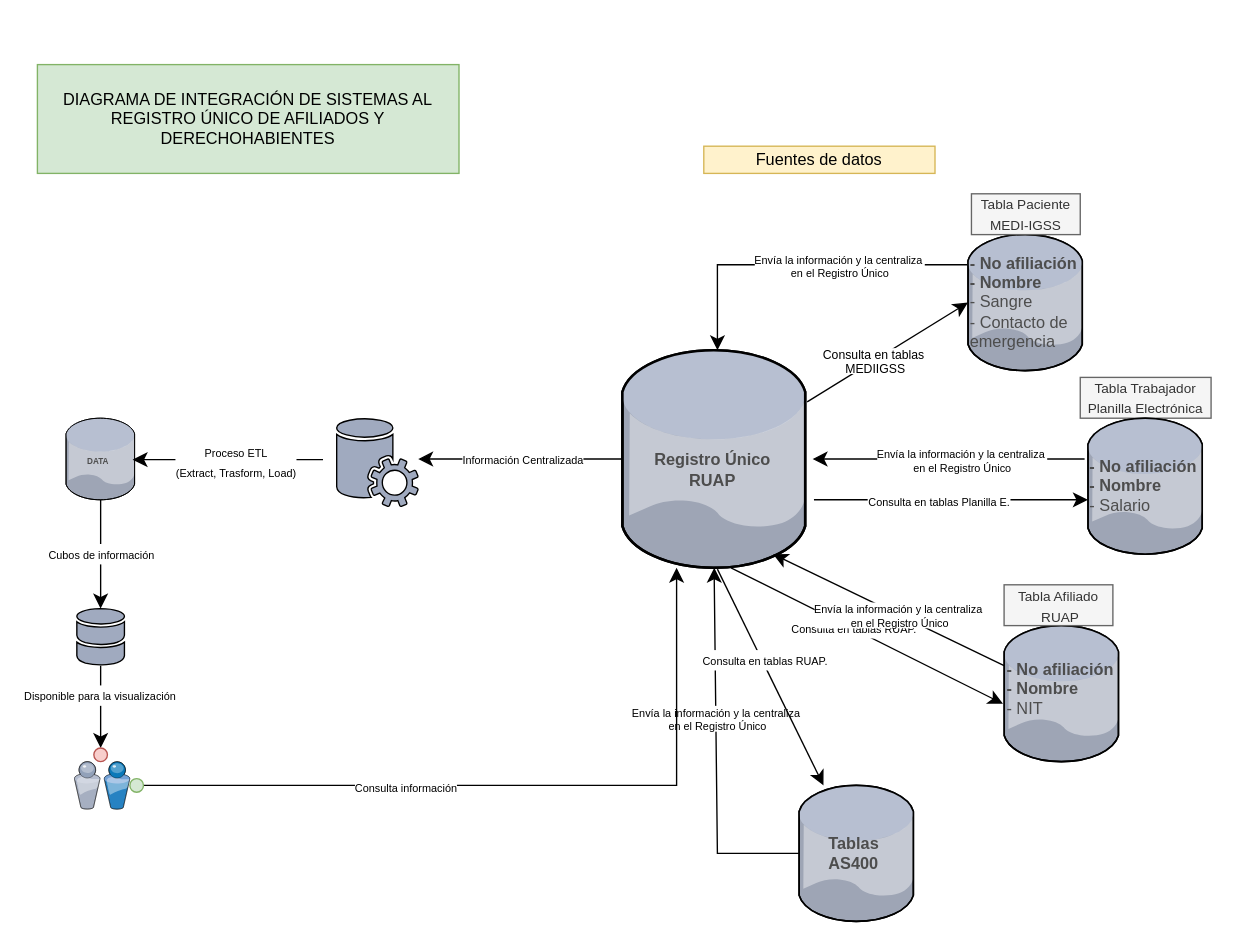
This is diagrma integracion.drawio from allanasturias94-design/POO, a draw.io file, before an edit. Source tidied: cells renumbered, new cells numbered last; positions are measured from the earlier drawing's top-left corner, leaving out a move shared by most shapes. Both pictures are drawn from the tidied source at 136%, with x=0, y=0 at pixel (37, 64).
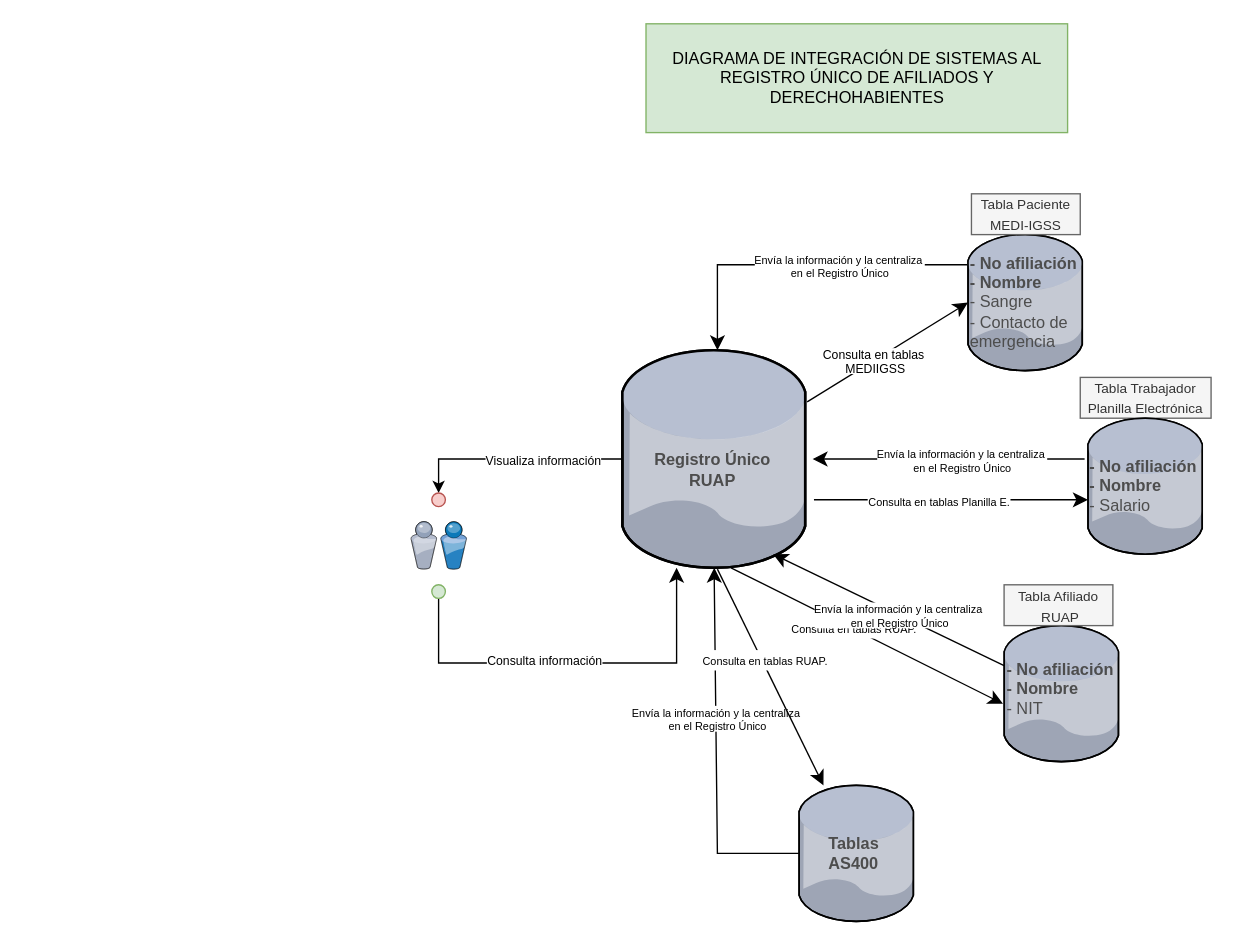
The same diagram, later.

The change refers to these unchanged cells:
```xml
<mxCell id="18" style="verticalLabelPosition=bottom;sketch=0;html=1;verticalAlign=top;strokeColor=none;align=center;outlineConnect=0;shape=mxgraph.citrix.database;" parent="1" vertex="1">
  <mxGeometry x="430" y="210" width="136" height="160" as="geometry" />
</mxCell>
```

What changed in the source:
```diff
@@
-    <mxCell id="3" style="verticalLabelPosition=bottom;sketch=0;html=1;verticalAlign=top;strokeColor=none;align=center;shape=mxgraph.citrix.database;" parent="1" vertex="1">
-      <mxGeometry x="21" y="260" width="51" height="60" as="geometry" />
-    </mxCell>
-    <mxCell id="4" value="&lt;div&gt;&lt;br&gt;&lt;/div&gt;" style="sketch=0;shadow=0;dashed=0;html=1;strokeColor=default;fillColor=#A0AABF;labelPosition=center;verticalLabelPosition=bottom;verticalAlign=top;align=center;shape=mxgraph.office.services.central_management_service;" parent="1" vertex="1">
-      <mxGeometry x="220" y="260" width="60" height="65" as="geometry" />
-    </mxCell>
@@
     <mxCell id="7" value="DIAGRAMA DE INTEGRACIÓN DE SISTEMAS AL REGISTRO ÚNICO DE AFILIADOS Y DERECHOHABIENTES" style="whiteSpace=wrap;html=1;fillColor=#d5e8d4;strokeColor=#82b366;" parent="1" vertex="1">
-      <mxGeometry width="310" height="80" as="geometry" />
+      <mxGeometry x="447.5" y="-30" width="310" height="80" as="geometry" />
     </mxCell>
@@
-    <mxCell id="14" value="Fuentes de datos" style="whiteSpace=wrap;html=1;fillColor=#fff2cc;strokeColor=#d6b656;" parent="1" vertex="1">
-      <mxGeometry x="490" y="60" width="170" height="20" as="geometry" />
-    </mxCell>
-    <mxCell id="15" value="&lt;font style=&quot;font-size: 8px;&quot;&gt;Cubos de información&lt;/font&gt;" style="edgeStyle=none;curved=0;rounded=0;orthogonalLoop=1;jettySize=auto;html=1;fontSize=12;startSize=8;endSize=8;" parent="1" edge="1">
-      <mxGeometry relative="1" as="geometry">
-        <mxPoint x="46.5" y="320" as="sourcePoint" />
-        <mxPoint x="46.5" y="400" as="targetPoint" />
-        <Array as="points">
-          <mxPoint x="46.5" y="330" />
-        </Array>
-      </mxGeometry>
-    </mxCell>
-    <mxCell id="16" style="edgeStyle=none;curved=1;rounded=0;orthogonalLoop=1;jettySize=auto;html=1;fontSize=12;startSize=8;endSize=8;" parent="1" edge="1">
-      <mxGeometry relative="1" as="geometry">
-        <mxPoint x="430" y="290" as="sourcePoint" />
-        <mxPoint x="280" y="290" as="targetPoint" />
-      </mxGeometry>
-    </mxCell>
-    <mxCell id="17" value="&lt;span style=&quot;font-size: 8px;&quot;&gt;Información Centralizada&lt;/span&gt;" style="edgeLabel;html=1;align=center;verticalAlign=middle;fontSize=12;" parent="16" vertex="1">
-      <mxGeometry x="-0.01" y="-1" relative="1" as="geometry" />
-    </mxCell>
+    <mxCell id="50" style="edgeStyle=orthogonalEdgeStyle;rounded=0;jettySize=auto;html=1;entryX=0.5;entryY=0;entryDx=0;entryDy=0;" parent="1" edge="1" source="18" target="49">
+      <mxGeometry relative="1" as="geometry" />
+    </mxCell>
+    <mxCell id="51" value="&lt;font style=&quot;font-size: 9px;&quot;&gt;Visualiza información&lt;/font&gt;" style="edgeLabel;html=1;align=center;verticalAlign=middle;" parent="50" vertex="1">
+      <mxGeometry x="-0.18" relative="1" as="geometry">
+        <mxPoint x="7" as="offset" />
+      </mxGeometry>
+    </mxCell>
@@
-    <mxCell id="27" style="edgeStyle=none;curved=1;rounded=0;orthogonalLoop=1;jettySize=auto;html=1;fontSize=12;startSize=8;endSize=8;" parent="1" edge="1">
-      <mxGeometry relative="1" as="geometry">
-        <mxPoint x="210" y="290.5" as="sourcePoint" />
-        <mxPoint x="70" y="290.5" as="targetPoint" />
-      </mxGeometry>
-    </mxCell>
-    <mxCell id="28" value="&lt;font style=&quot;font-size: 8px;&quot;&gt;Proceso ETL&lt;/font&gt;&lt;div&gt;&lt;font style=&quot;font-size: 8px;&quot;&gt;(Extract, Trasform, Load)&lt;/font&gt;&lt;/div&gt;" style="edgeLabel;html=1;align=center;verticalAlign=middle;fontSize=12;" parent="27" vertex="1">
-      <mxGeometry x="-0.07" y="1" relative="1" as="geometry" />
-    </mxCell>
@@
-    <mxCell id="37" value="&lt;font color=&quot;#4d4d4d&quot;&gt;&lt;span style=&quot;font-size: 6px;&quot;&gt;&lt;b&gt;DATA&lt;/b&gt;&lt;/span&gt;&lt;/font&gt;" style="text;html=1;whiteSpace=wrap;strokeColor=none;fillColor=none;align=left;verticalAlign=middle;rounded=0;" parent="1" vertex="1">
-      <mxGeometry x="34.5" y="285" width="10" height="10" as="geometry" />
-    </mxCell>
@@
-    <mxCell id="41" style="edgeStyle=none;curved=0;rounded=0;jettySize=auto;html=1;fontSize=12;startSize=8;endSize=8;exitX=1;exitY=0.5;exitDx=0;exitDy=0;" parent="1" edge="1" source="48">
+    <mxCell id="41" style="edgeStyle=none;curved=0;rounded=0;jettySize=auto;html=1;fontSize=12;startSize=8;endSize=8;exitX=0.5;exitY=1;exitDx=0;exitDy=0;" parent="1" edge="1" source="48">
       <mxGeometry relative="1" as="geometry">
         <mxPoint x="470" y="370" as="targetPoint" />
         <Array as="points">
-          <mxPoint x="180" y="530" />
-          <mxPoint x="360" y="530" />
-          <mxPoint x="470" y="530" />
+          <mxPoint x="295" y="440" />
+          <mxPoint x="370" y="440" />
+          <mxPoint x="470" y="440" />
         </Array>
       </mxGeometry>
     </mxCell>
-    <mxCell id="42" value="&lt;span style=&quot;font-size: 8px;&quot;&gt;Consulta información&lt;/span&gt;" style="edgeLabel;html=1;align=center;verticalAlign=middle;fontSize=12;labelAutoRotate=1;" parent="41" vertex="1">
-      <mxGeometry x="-0.11" relative="1" as="geometry">
-        <mxPoint x="-54" as="offset" />
+    <mxCell id="42" value="&lt;font style=&quot;font-size: 9px;&quot;&gt;Consulta información&lt;/font&gt;" style="edgeLabel;html=1;align=center;verticalAlign=middle;" parent="41" vertex="1">
+      <mxGeometry x="-0.8" relative="1" as="geometry">
+        <mxPoint x="77" y="16" as="offset" />
       </mxGeometry>
     </mxCell>
     <mxCell id="43" style="verticalLabelPosition=bottom;sketch=0;html=1;verticalAlign=top;strokeColor=none;align=center;shape=mxgraph.citrix.users;" parent="1" vertex="1">
-      <mxGeometry x="27" y="512.5" width="41" height="35" as="geometry" />
+      <mxGeometry x="274.5" y="336" width="41" height="35" as="geometry" />
     </mxCell>
-    <mxCell id="44" style="edgeStyle=none;curved=1;rounded=0;jettySize=auto;html=1;entryX=0.5;entryY=0;entryDx=0;entryDy=0;fontSize=12;startSize=8;endSize=8;" parent="1" edge="1" source="46" target="49">
-      <mxGeometry relative="1" as="geometry" />
-    </mxCell>
-    <mxCell id="45" value="&lt;span style=&quot;font-size: 8px;&quot;&gt;Disponible para la visualización&lt;/span&gt;" style="edgeLabel;html=1;align=center;verticalAlign=middle;fontSize=12;" parent="44" vertex="1">
-      <mxGeometry x="-0.32" y="-1" relative="1" as="geometry" />
-    </mxCell>
-    <mxCell id="46" style="sketch=0;shadow=0;dashed=0;html=1;strokeColor=default;labelPosition=center;verticalLabelPosition=bottom;verticalAlign=top;outlineConnect=0;align=center;shape=mxgraph.office.databases.database_mini_2;fillColor=#A0AABF;" parent="1" vertex="1">
-      <mxGeometry x="29" y="400" width="35" height="42" as="geometry" />
-    </mxCell>
@@
     <mxCell id="48" style="ellipse;fillColor=#d5e8d4;html=1;strokeColor=#82b366;" parent="1" vertex="1">
-      <mxGeometry x="68" y="525" width="10" height="10" as="geometry" />
+      <mxGeometry x="290" y="382.5" width="10" height="10" as="geometry" />
     </mxCell>
     <mxCell id="49" style="ellipse;fillColor=#f8cecc;html=1;strokeColor=#b85450;" parent="1" vertex="1">
-      <mxGeometry x="41.5" y="502.5" width="10" height="10" as="geometry" />
+      <mxGeometry x="290" y="315" width="10" height="10" as="geometry" />
     </mxCell>
```
